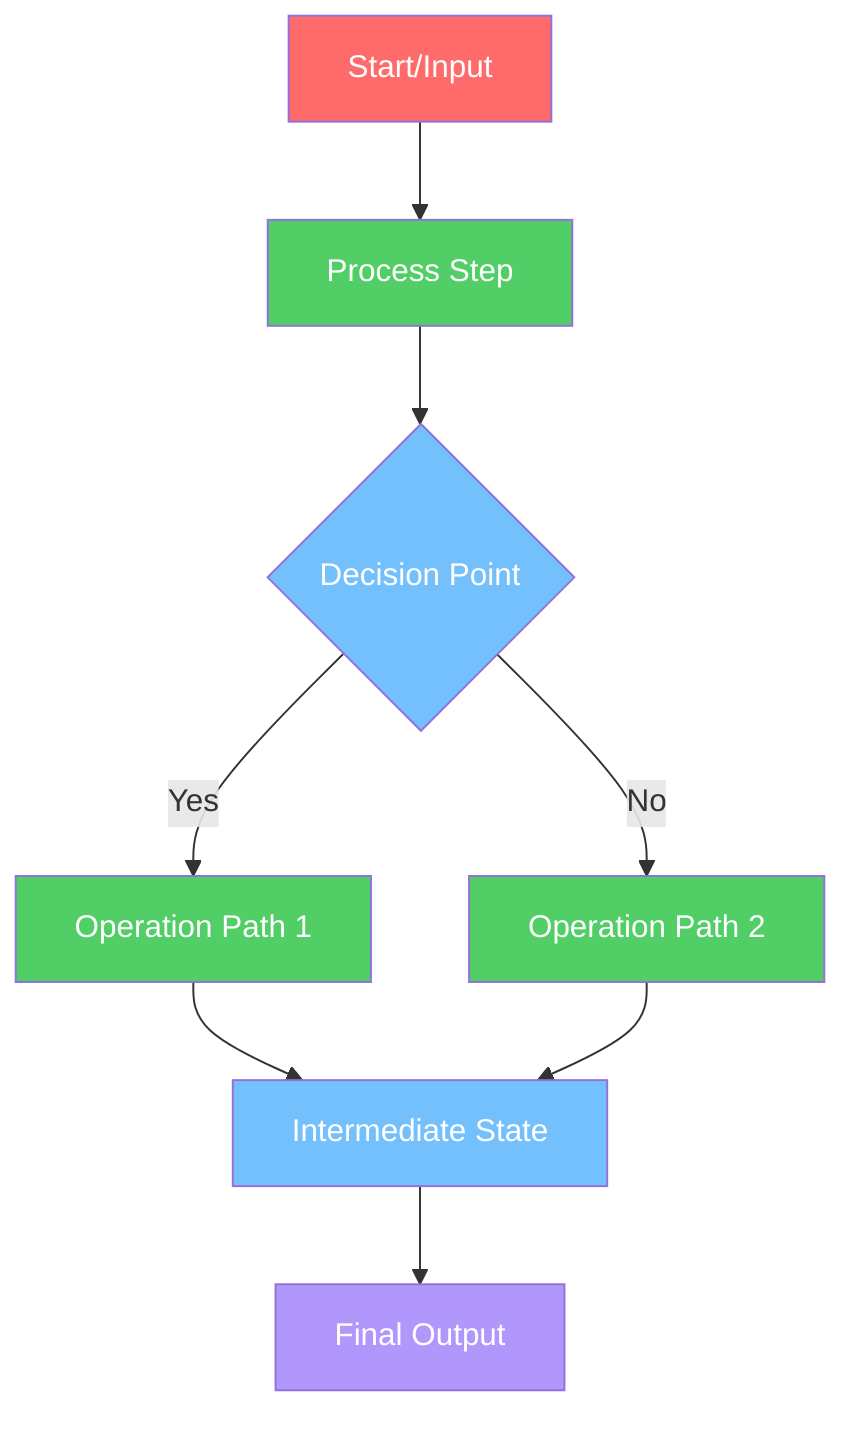
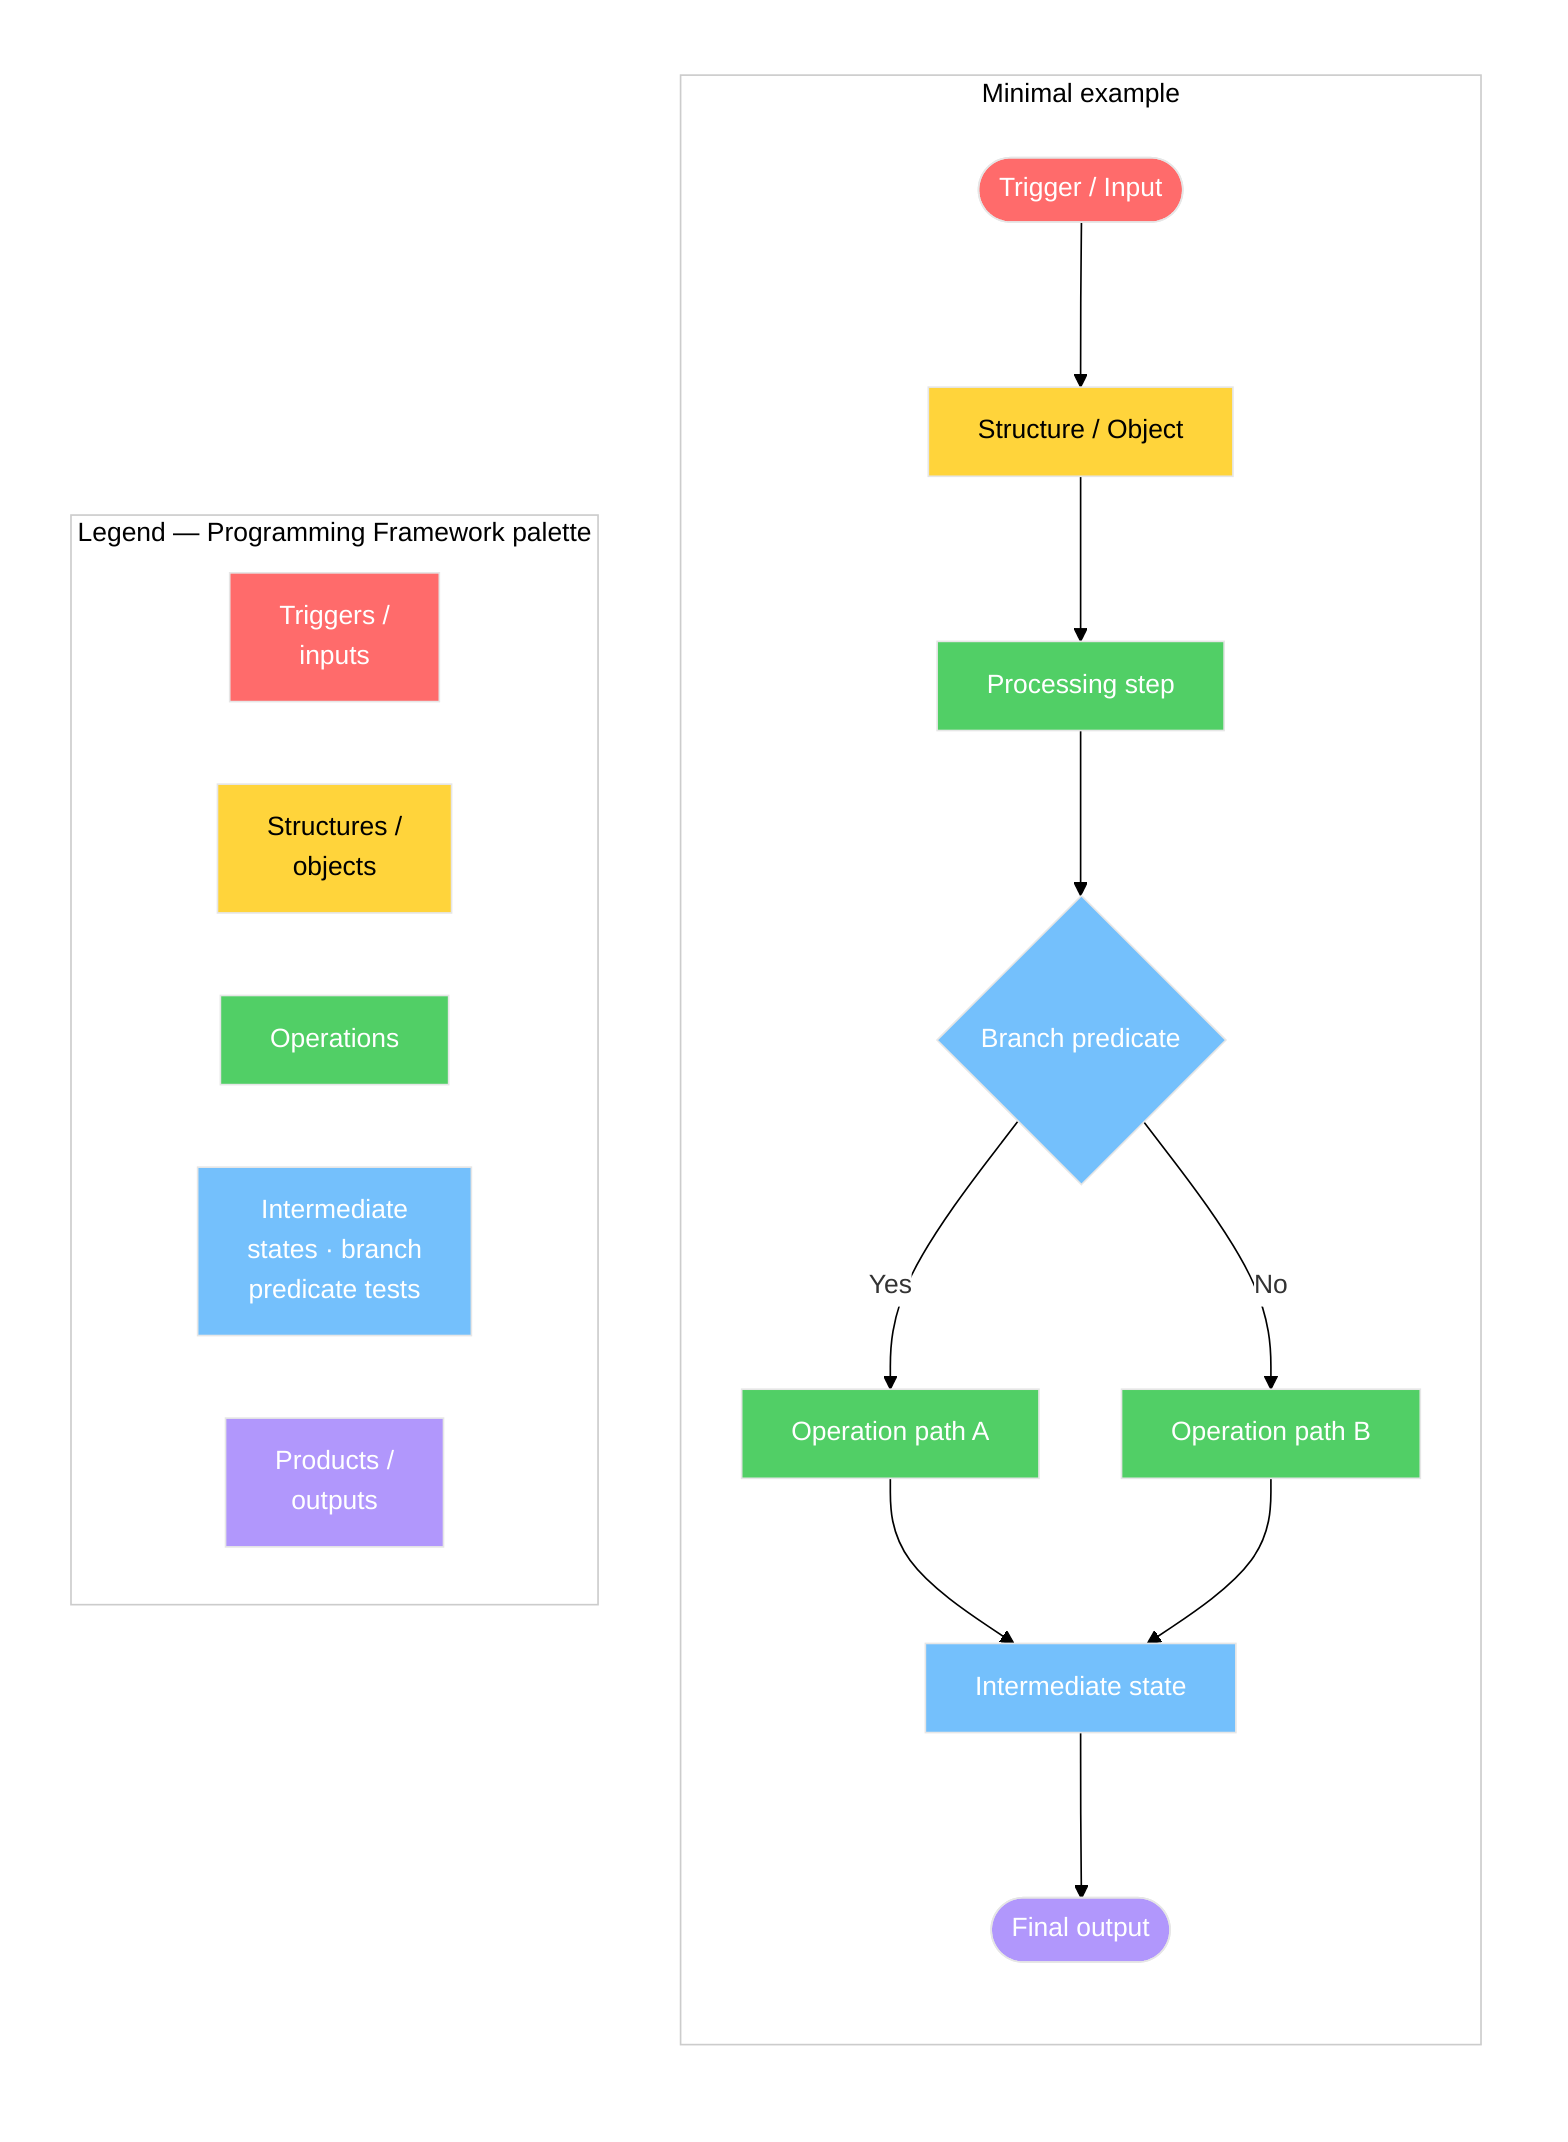
- flowchart TD
- A[Start/Input] --> B[Process Step]
- B --> C{Decision Point}
+ %%{init:{'theme':'base','themeVariables':{'background':'#ffffff','clusterBkg':'#ffffff','clusterBorder':'#cccccc','mainBkg':'#ffffff','primaryColor':'#ffffff','secondaryColor':'#ffffff','tertiaryColor':'#ffffff'}}}%%
+ flowchart TB
+   subgraph STACK[" "]
+     direction TB
+     subgraph MAIN["Minimal example"]
+       direction TB
+       A([Trigger / Input]) --> Y[Structure / Object]
+       Y --> B[Processing step]
+       B --> C{Branch predicate}
+       C -->|Yes| D[Operation path A]
+       C -->|"No"| E[Operation path B]
+       D --> F[Intermediate state]
+       E --> F
+       F --> OUT([Final output])
+     end
+     subgraph LEG["Legend — Programming Framework palette"]
+       direction LR
+       LG_R[Triggers /<br/>inputs]
+       LG_Y[Structures /<br/>objects]
+       LG_G[Operations]
+       LG_B[Intermediate<br/>states · branch<br/>predicate tests]
+       LG_V[Products /<br/>outputs]
+     end
+   end

- C -->|Yes| D[Operation Path 1]
- C -->|No| E[Operation Path 2]
- D --> F[Intermediate State]
- E --> F
- F --> G[Final Output]
+ style STACK fill:#ffffff,stroke:none
+ style MAIN fill:#ffffff,stroke:#cccccc
+ style LEG fill:#ffffff,stroke:#cccccc
+ 
style A fill:#ff6b6b,color:#fff
+ style OUT fill:#b197fc,color:#fff
+ style Y fill:#ffd43b,color:#000
style B fill:#51cf66,color:#fff
style C fill:#74c0fc,color:#fff
style D fill:#51cf66,color:#fff
style E fill:#51cf66,color:#fff
style F fill:#74c0fc,color:#fff
- style G fill:#b197fc,color:#fff
+ style LG_R fill:#ff6b6b,color:#fff
+ style LG_Y fill:#ffd43b,color:#000
+ style LG_G fill:#51cf66,color:#fff
+ style LG_B fill:#74c0fc,color:#fff
+ style LG_V fill:#b197fc,color:#fff
